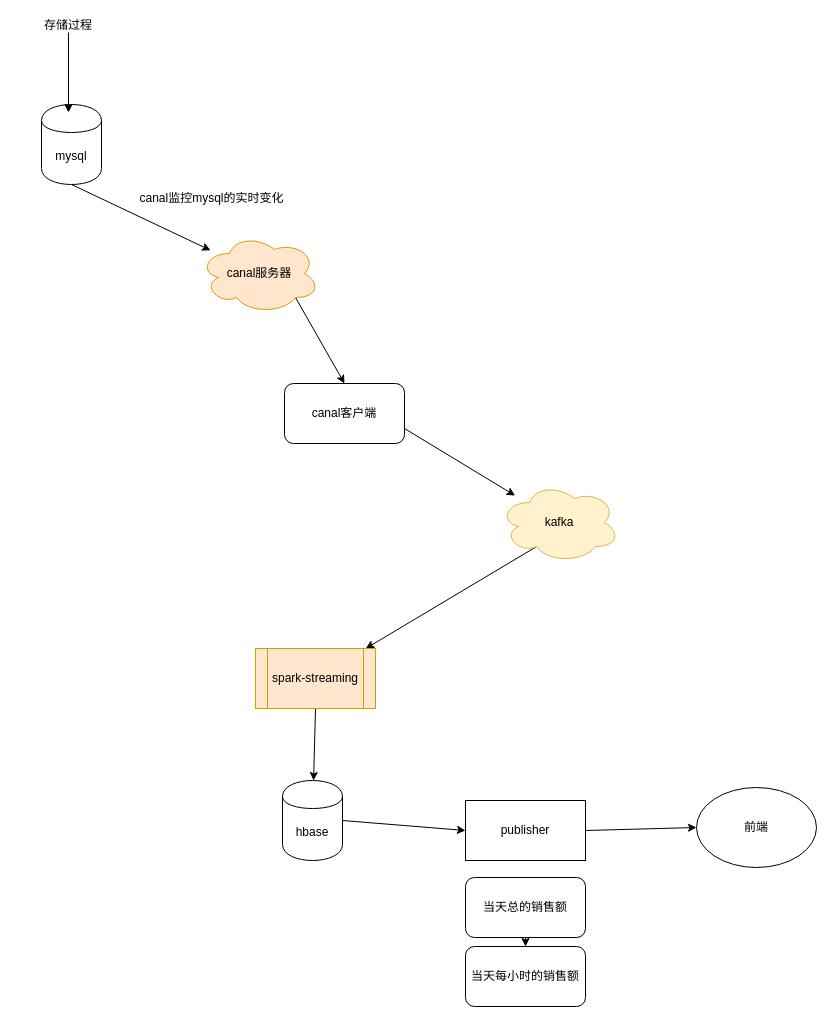
Above: page "canal读取数据" (5 of 10) of node/图示.drawio in zhenchao125/gmall1015 (draw.io), before the change. Source tidied: cells renumbered, new cells numbered last; positions are measured from the earlier drawing's top-left corner, leaving out a move shared by most shapes. Both pictures are drawn from the tidied source at 100%, with x=0, y=0 at pixel (17, 17).
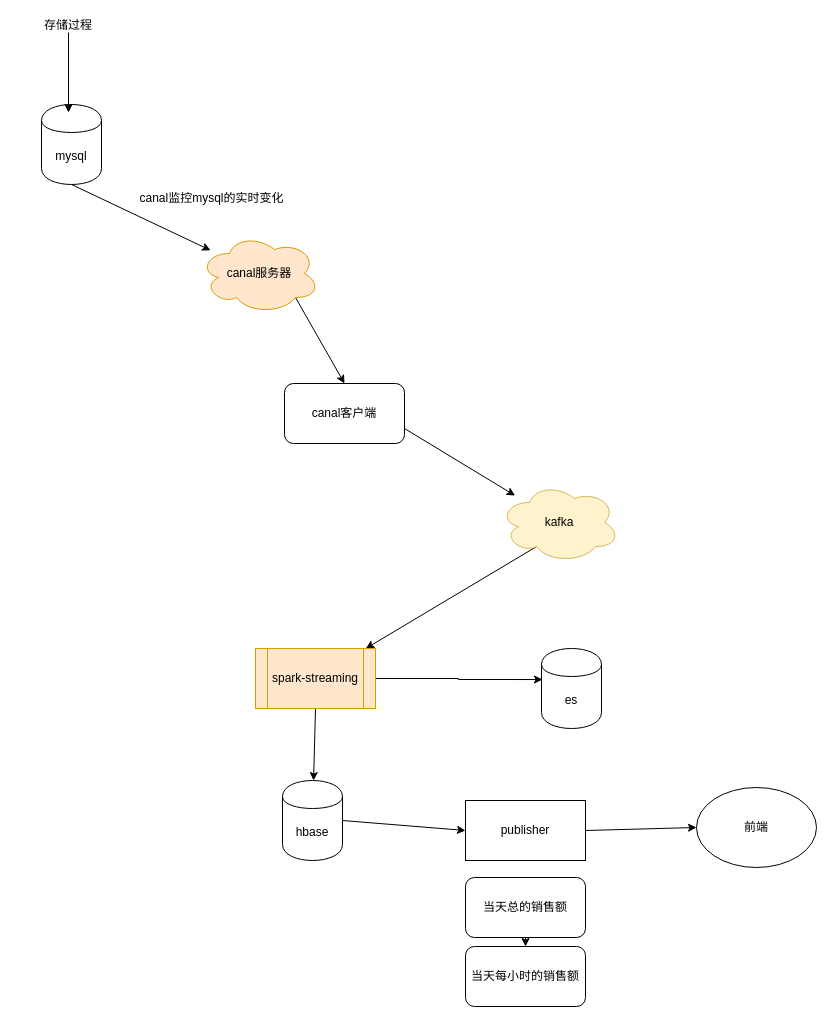
Above is the later version.

The change refers to these unchanged cells:
```xml
<mxCell id="14" value="spark-streaming" style="shape=process;whiteSpace=wrap;html=1;backgroundOutline=1;fillColor=#ffe6cc;strokeColor=#d79b00;" parent="1" vertex="1">
  <mxGeometry x="238" y="631" width="120" height="60" as="geometry" />
</mxCell>
```

What changed in the source:
```diff
@@
+    <mxCell id="23" style="edgeStyle=orthogonalEdgeStyle;rounded=0;jettySize=auto;html=1;exitX=1;exitY=0.5;exitDx=0;exitDy=0;entryX=0.017;entryY=0.388;entryDx=0;entryDy=0;entryPerimeter=0;" parent="1" edge="1" source="14" target="24">
+      <mxGeometry relative="1" as="geometry" />
+    </mxCell>
@@
+    <mxCell id="24" value="es" style="shape=cylinder;whiteSpace=wrap;html=1;boundedLbl=1;backgroundOutline=1;" parent="1" vertex="1">
+      <mxGeometry x="524" y="631" width="60" height="80" as="geometry" />
+    </mxCell>
```
